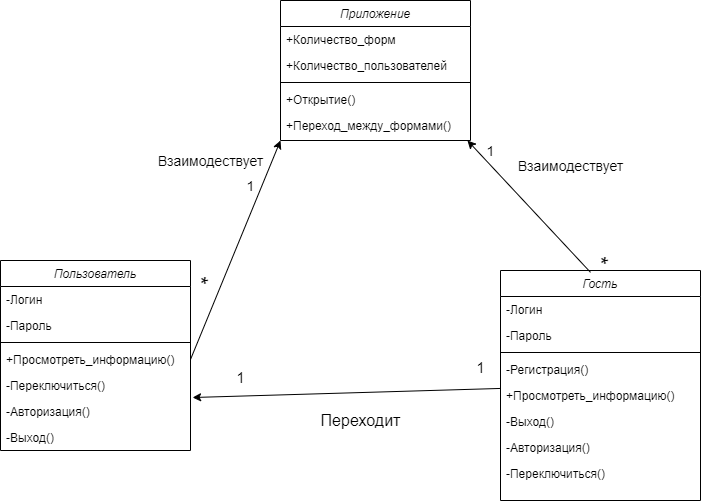
Comatoznik/hey_bro_nice_code keeps this draw.io diagram as Схемы/Классы (1) (2).png. Above is the earlier version. Source tidied: cells renumbered, new cells last; positions are measured from the earlier drawing's top-left corner, leaving out a move shared by most shapes.
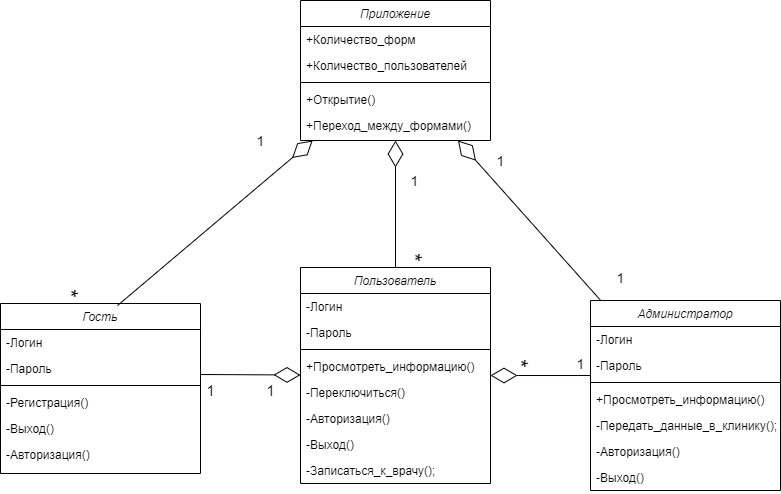
The same diagram one commit later.

Change to the diagram source:
```diff
@@ -3,7 +3,7 @@
     <mxCell id="0" />
     <mxCell id="1" parent="0" />
     <mxCell id="2" value="Пользователь" style="swimlane;fontStyle=2;align=center;verticalAlign=top;horizontal=1;startSize=26;rounded=0;shadow=0;strokeWidth=1;" parent="1" vertex="1">
-      <mxGeometry y="260" width="190" height="190" as="geometry" />
+      <mxGeometry x="280" y="267" width="190" height="216" as="geometry" />
     </mxCell>
     <mxCell id="3" value="-Логин&#10;" style="text;align=left;verticalAlign=top;spacingLeft=4;spacingRight=4;overflow=hidden;" parent="2" vertex="1">
       <mxGeometry y="26" width="190" height="26" as="geometry" />
@@ -26,6 +26,9 @@
     <mxCell id="9" value="-Выход()" style="text;align=left;verticalAlign=top;spacingLeft=4;spacingRight=4;overflow=hidden;" parent="2" vertex="1">
       <mxGeometry y="164" width="190" height="26" as="geometry" />
     </mxCell>
+    <mxCell id="37" value="-Записаться_к_врачу();" style="text;align=left;verticalAlign=top;spacingLeft=4;spacingRight=4;overflow=hidden;" parent="2" vertex="1">
+      <mxGeometry y="190" width="190" height="26" as="geometry" />
+    </mxCell>
     <mxCell id="10" value="Приложение" style="swimlane;fontStyle=2;align=center;verticalAlign=top;horizontal=1;startSize=26;rounded=0;shadow=0;strokeWidth=1;" parent="1" vertex="1">
       <mxGeometry x="280" width="190" height="140" as="geometry" />
     </mxCell>
@@ -44,17 +47,11 @@
     <mxCell id="15" value="+Переход_между_формами()" style="text;align=left;verticalAlign=top;spacingLeft=4;spacingRight=4;overflow=hidden;points=[[0,0.5],[1,0.5]];portConstraint=eastwest;" parent="10" vertex="1">
       <mxGeometry y="112" width="190" height="28" as="geometry" />
     </mxCell>
-    <mxCell id="16" style="endArrow=classic;html=1;exitX=1;exitY=0.5;exitDx=0;exitDy=0;entryX=0;entryY=1;entryDx=0;entryDy=0;" parent="1" edge="1" source="6" target="10">
-      <mxGeometry relative="1" as="geometry" />
-    </mxCell>
-    <mxCell id="17" value="Взаимодествует" style="text;html=1;align=center;verticalAlign=middle;strokeColor=none;fontSize=14;" parent="1" vertex="1">
-      <mxGeometry x="150" y="150" width="120" height="20" as="geometry" />
-    </mxCell>
     <mxCell id="18" value="1" style="text;html=1;align=center;verticalAlign=middle;strokeColor=none;fontSize=14;" parent="1" vertex="1">
-      <mxGeometry x="240" y="175" width="20" height="20" as="geometry" />
+      <mxGeometry x="384" y="170" width="20" height="20" as="geometry" />
     </mxCell>
     <mxCell id="19" value="Гость" style="swimlane;fontStyle=2;align=center;verticalAlign=top;horizontal=1;startSize=26;rounded=0;shadow=0;strokeWidth=1;" parent="1" vertex="1">
-      <mxGeometry x="500" y="270" width="200" height="230" as="geometry" />
+      <mxGeometry x="-20" y="303" width="200" height="170" as="geometry" />
     </mxCell>
     <mxCell id="20" value="-Логин&#10;" style="text;align=left;verticalAlign=top;spacingLeft=4;spacingRight=4;overflow=hidden;" parent="19" vertex="1">
       <mxGeometry y="26" width="200" height="26" as="geometry" />
@@ -68,44 +65,79 @@
     <mxCell id="23" value="-Регистрация()" style="text;align=left;verticalAlign=top;spacingLeft=4;spacingRight=4;overflow=hidden;" parent="19" vertex="1">
       <mxGeometry y="86" width="200" height="26" as="geometry" />
     </mxCell>
-    <mxCell id="24" value="+Просмотреть_информацию()" style="text;align=left;verticalAlign=top;spacingLeft=4;spacingRight=4;overflow=hidden;" parent="19" vertex="1">
-      <mxGeometry y="112" width="200" height="26" as="geometry" />
-    </mxCell>
     <mxCell id="25" value="-Выход()" style="text;align=left;verticalAlign=top;spacingLeft=4;spacingRight=4;overflow=hidden;" parent="19" vertex="1">
-      <mxGeometry y="138" width="200" height="26" as="geometry" />
+      <mxGeometry y="112" width="200" height="26" as="geometry" />
     </mxCell>
     <mxCell id="26" value="-Авторизация()" style="text;align=left;verticalAlign=top;spacingLeft=4;spacingRight=4;overflow=hidden;" parent="19" vertex="1">
-      <mxGeometry y="164" width="200" height="26" as="geometry" />
+      <mxGeometry y="138" width="200" height="26" as="geometry" />
     </mxCell>
-    <mxCell id="27" value="-Переключиться()" style="text;align=left;verticalAlign=top;spacingLeft=4;spacingRight=4;overflow=hidden;" parent="19" vertex="1">
-      <mxGeometry y="190" width="200" height="26" as="geometry" />
-    </mxCell>
-    <mxCell id="28" style="endArrow=classic;html=1;entryX=1.011;entryY=-0.038;entryDx=0;entryDy=0;entryPerimeter=0;" parent="1" edge="1" source="19" target="8">
-      <mxGeometry relative="1" as="geometry" />
-    </mxCell>
-    <mxCell id="29" value="&lt;font style=&quot;font-size: 16px&quot;&gt;Переходит&lt;/font&gt;" style="text;html=1;align=center;verticalAlign=middle;strokeColor=none;" parent="1" vertex="1">
-      <mxGeometry x="310" y="410" width="100" height="20" as="geometry" />
-    </mxCell>
     <mxCell id="30" value="&lt;font style=&quot;font-size: 15px&quot;&gt;1&lt;/font&gt;" style="text;html=1;align=center;verticalAlign=middle;strokeColor=none;fontSize=22;" parent="1" vertex="1">
-      <mxGeometry x="230" y="360" width="20" height="30" as="geometry" />
+      <mxGeometry x="180" y="373" width="20" height="30" as="geometry" />
     </mxCell>
-    <mxCell id="31" style="endArrow=classic;html=1;exitX=0.45;exitY=0.008;exitDx=0;exitDy=0;exitPerimeter=0;entryX=0.984;entryY=1;entryDx=0;entryDy=0;entryPerimeter=0;" parent="1" edge="1" source="19" target="15">
-      <mxGeometry relative="1" as="geometry" />
-    </mxCell>
     <mxCell id="32" value="1" style="text;html=1;align=center;verticalAlign=middle;strokeColor=none;fontSize=14;" parent="1" vertex="1">
-      <mxGeometry x="480" y="140" width="20" height="20" as="geometry" />
+      <mxGeometry x="470" y="150" width="20" height="20" as="geometry" />
     </mxCell>
     <mxCell id="33" value="&lt;font style=&quot;font-size: 22px&quot;&gt;*&lt;/font&gt;" style="text;html=1;align=center;verticalAlign=middle;strokeColor=none;rotation=90;" parent="1" vertex="1">
-      <mxGeometry x="590" y="250" width="20" height="20" as="geometry" />
+      <mxGeometry x="40" y="283" width="20" height="20" as="geometry" />
     </mxCell>
-    <mxCell id="34" value="Взаимодествует" style="text;html=1;align=center;verticalAlign=middle;strokeColor=none;fontSize=14;" parent="1" vertex="1">
-      <mxGeometry x="510" y="155" width="120" height="20" as="geometry" />
-    </mxCell>
     <mxCell id="35" value="&lt;font style=&quot;font-size: 15px&quot;&gt;1&lt;/font&gt;" style="text;html=1;align=center;verticalAlign=middle;strokeColor=none;fontSize=22;" parent="1" vertex="1">
-      <mxGeometry x="470" y="350" width="20" height="30" as="geometry" />
+      <mxGeometry x="240" y="373" width="20" height="30" as="geometry" />
     </mxCell>
     <mxCell id="36" value="&lt;font style=&quot;font-size: 22px&quot;&gt;*&lt;/font&gt;" style="text;html=1;align=center;verticalAlign=middle;strokeColor=none;rotation=90;" parent="1" vertex="1">
-      <mxGeometry x="190" y="270" width="20" height="20" as="geometry" />
+      <mxGeometry x="384" y="247" width="20" height="20" as="geometry" />
     </mxCell>
+    <mxCell id="38" value="Администратор" style="swimlane;fontStyle=2;align=center;verticalAlign=top;horizontal=1;startSize=26;rounded=0;shadow=0;strokeWidth=1;" parent="1" vertex="1">
+      <mxGeometry x="570" y="300" width="190" height="190" as="geometry" />
+    </mxCell>
+    <mxCell id="39" value="-Логин&#10;" style="text;align=left;verticalAlign=top;spacingLeft=4;spacingRight=4;overflow=hidden;" parent="38" vertex="1">
+      <mxGeometry y="26" width="190" height="26" as="geometry" />
+    </mxCell>
+    <mxCell id="40" value="-Пароль" style="text;align=left;verticalAlign=top;spacingLeft=4;spacingRight=4;overflow=hidden;points=[[0,0.5],[1,0.5]];portConstraint=eastwest;" parent="38" vertex="1">
+      <mxGeometry y="52" width="190" height="26" as="geometry" />
+    </mxCell>
+    <mxCell id="41" style="line;html=1;strokeWidth=1;align=left;verticalAlign=middle;spacingTop=-1;spacingLeft=3;spacingRight=3;labelPosition=right;" parent="38" vertex="1">
+      <mxGeometry y="78" width="190" height="8" as="geometry" />
+    </mxCell>
+    <mxCell id="24" value="+Просмотреть_информацию()" style="text;align=left;verticalAlign=top;spacingLeft=4;spacingRight=4;overflow=hidden;" parent="38" vertex="1">
+      <mxGeometry y="86" width="190" height="26" as="geometry" />
+    </mxCell>
+    <mxCell id="42" value="-Передать_данные_в_клинику();" style="text;align=left;verticalAlign=top;spacingLeft=4;spacingRight=4;overflow=hidden;" parent="38" vertex="1">
+      <mxGeometry y="112" width="190" height="26" as="geometry" />
+    </mxCell>
+    <mxCell id="43" value="-Авторизация()" style="text;align=left;verticalAlign=top;spacingLeft=4;spacingRight=4;overflow=hidden;" parent="38" vertex="1">
+      <mxGeometry y="138" width="190" height="26" as="geometry" />
+    </mxCell>
+    <mxCell id="44" value="-Выход()" style="text;align=left;verticalAlign=top;spacingLeft=4;spacingRight=4;overflow=hidden;" parent="38" vertex="1">
+      <mxGeometry y="164" width="190" height="26" as="geometry" />
+    </mxCell>
+    <mxCell id="45" style="endArrow=diamondThin;endFill=0;endSize=24;html=1;" parent="1" edge="1" source="2" target="10">
+      <mxGeometry relative="1" as="geometry" />
+    </mxCell>
+    <mxCell id="46" style="endArrow=diamondThin;endFill=0;endSize=24;html=1;" parent="1" edge="1" target="2">
+      <mxGeometry relative="1" as="geometry">
+        <mxPoint x="180" y="374" as="sourcePoint" />
+      </mxGeometry>
+    </mxCell>
+    <mxCell id="47" style="endArrow=diamondThin;endFill=0;endSize=24;html=1;" parent="1" edge="1" source="38" target="10">
+      <mxGeometry relative="1" as="geometry" />
+    </mxCell>
+    <mxCell id="48" value="1" style="text;html=1;align=center;verticalAlign=middle;strokeColor=none;fontSize=14;" parent="1" vertex="1">
+      <mxGeometry x="590" y="267" width="20" height="20" as="geometry" />
+    </mxCell>
+    <mxCell id="49" style="endArrow=diamondThin;endFill=0;endSize=24;html=1;exitX=0.585;exitY=0.012;exitDx=0;exitDy=0;exitPerimeter=0;" parent="1" edge="1" source="19" target="10">
+      <mxGeometry relative="1" as="geometry" />
+    </mxCell>
+    <mxCell id="50" value="1" style="text;html=1;align=center;verticalAlign=middle;strokeColor=none;fontSize=14;" parent="1" vertex="1">
+      <mxGeometry x="230" y="130" width="20" height="20" as="geometry" />
+    </mxCell>
+    <mxCell id="51" style="endArrow=diamondThin;endFill=0;endSize=24;html=1;exitX=0;exitY=0.885;exitDx=0;exitDy=0;exitPerimeter=0;" parent="1" edge="1" source="40" target="2">
+      <mxGeometry relative="1" as="geometry" />
+    </mxCell>
+    <mxCell id="52" value="1" style="text;html=1;align=center;verticalAlign=middle;strokeColor=none;fontSize=14;" parent="1" vertex="1">
+      <mxGeometry x="550" y="353" width="20" height="20" as="geometry" />
+    </mxCell>
+    <mxCell id="53" value="&lt;font style=&quot;font-size: 22px&quot;&gt;*&lt;/font&gt;" style="text;html=1;align=center;verticalAlign=middle;strokeColor=none;rotation=90;" parent="1" vertex="1">
+      <mxGeometry x="490" y="353" width="20" height="20" as="geometry" />
+    </mxCell>
   </root>
 </mxGraphModel>
```
